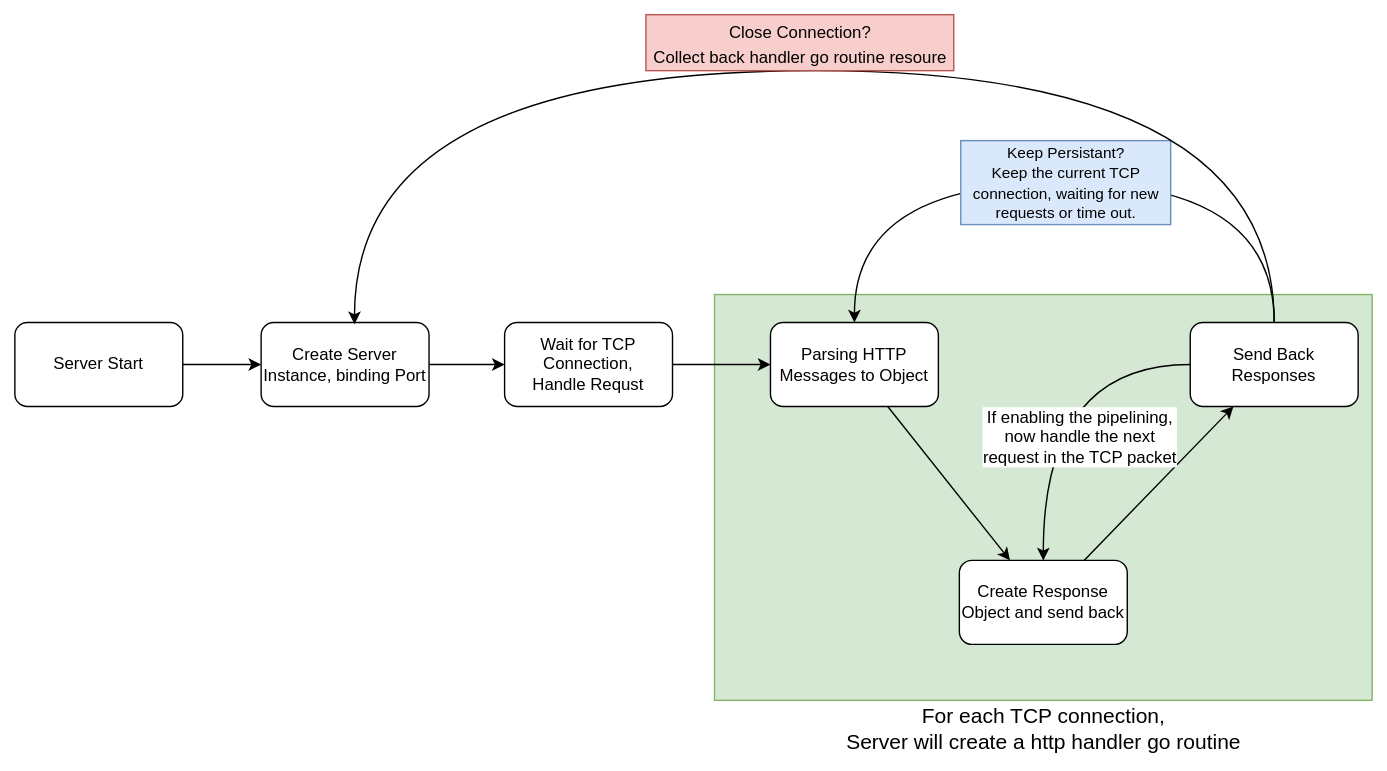
This is imgs/project_workflow.svg from LiangLouise/http_server, a draw.io export, as it was before one commit. Source tidied: cells renumbered, new cells last; positions are measured from the earlier drawing's top-left corner, leaving out a move shared by most shapes.
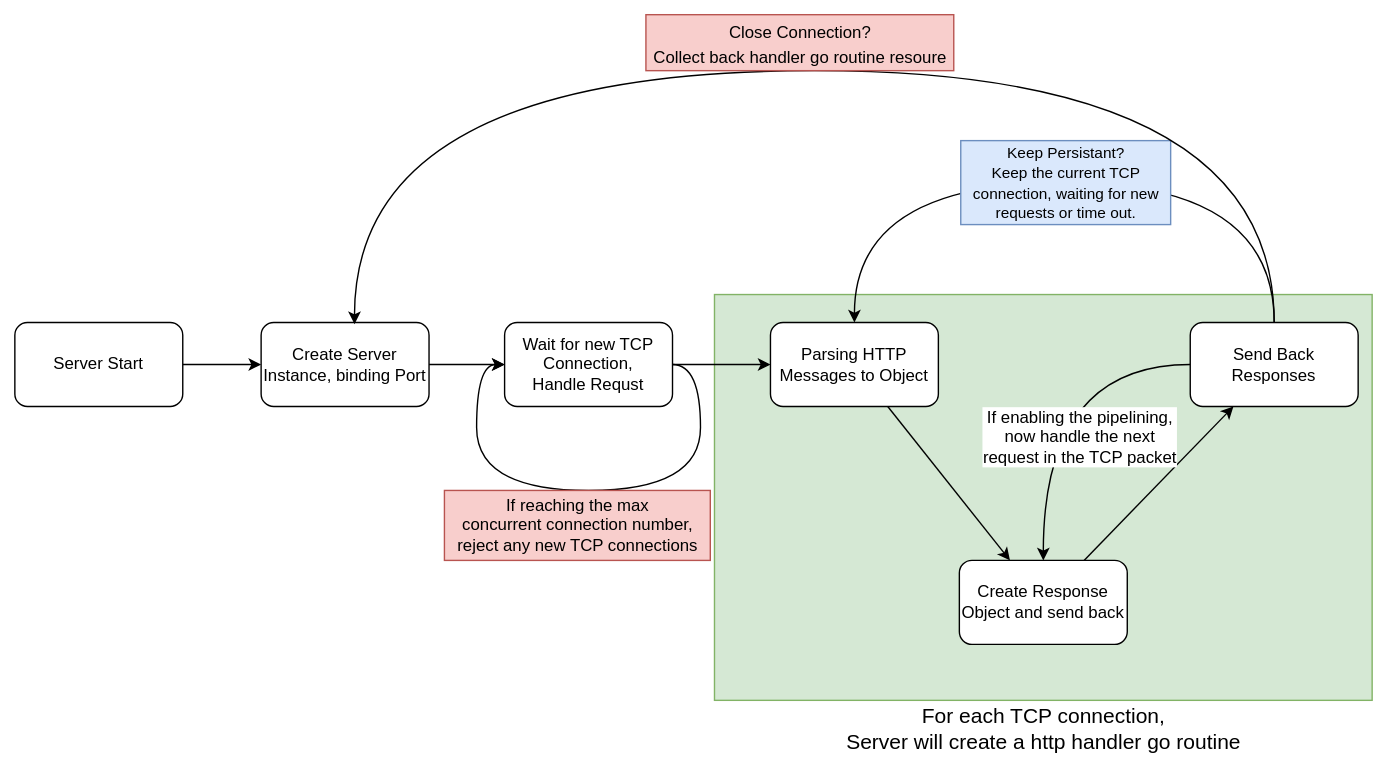
The same diagram one commit later.

Diff of the diagram source:
```diff
@@ -28,7 +28,17 @@
     <mxCell id="8" style="edgeStyle=none;rounded=0;jettySize=auto;html=1;" parent="1" edge="1" source="9" target="13">
       <mxGeometry relative="1" as="geometry" />
     </mxCell>
+    <mxCell id="22" style="edgeStyle=orthogonalEdgeStyle;curved=1;rounded=0;orthogonalLoop=1;jettySize=auto;html=1;fontSize=12;entryX=0;entryY=0.5;entryDx=0;entryDy=0;" parent="1" edge="1" source="9" target="9">
+      <mxGeometry relative="1" as="geometry">
+        <Array as="points">
+          <mxPoint x="490" y="250" />
+          <mxPoint x="490" y="340" />
+          <mxPoint x="330" y="340" />
+          <mxPoint x="330" y="250" />
+        </Array>
+      </mxGeometry>
+    </mxCell>
-    <mxCell id="9" value="Wait for TCP Connection,&lt;br&gt;Handle Requst" style="whiteSpace=wrap;html=1;rounded=1;" parent="1" vertex="1">
+    <mxCell id="9" value="Wait for new TCP Connection,&lt;br&gt;Handle Requst" style="whiteSpace=wrap;html=1;rounded=1;" parent="1" vertex="1">
       <mxGeometry x="350" y="220" width="120" height="60" as="geometry" />
     </mxCell>
     <mxCell id="10" value="&lt;font style=&quot;font-size: 11px&quot;&gt;Keep Persistant?&lt;br&gt;Keep the current TCP &lt;br&gt;connection, waiting for new&lt;br&gt;requests or time out.&lt;/font&gt;" style="text;html=1;align=center;verticalAlign=middle;fillColor=#dae8fc;strokeColor=#6c8ebf;" parent="1" vertex="1">
@@ -76,5 +86,8 @@
     <mxCell id="21" value="&lt;font style=&quot;font-size: 12px&quot;&gt;Close Connection?&lt;br&gt;Collect back handler go routine resoure&lt;/font&gt;" style="text;html=1;align=center;verticalAlign=middle;strokeColor=#b85450;fillColor=#f8cecc;fontSize=15;" parent="1" vertex="1">
       <mxGeometry x="451" width="220" height="40" as="geometry" />
     </mxCell>
+    <mxCell id="23" value="If reaching the max &lt;br&gt;concurrent connection number, &lt;br&gt;reject any new TCP connections" style="text;html=1;align=center;verticalAlign=middle;strokeColor=#b85450;fillColor=#f8cecc;fontSize=12;" parent="1" vertex="1">
+      <mxGeometry x="307" y="340" width="190" height="50" as="geometry" />
+    </mxCell>
   </root>
 </mxGraphModel>
```
